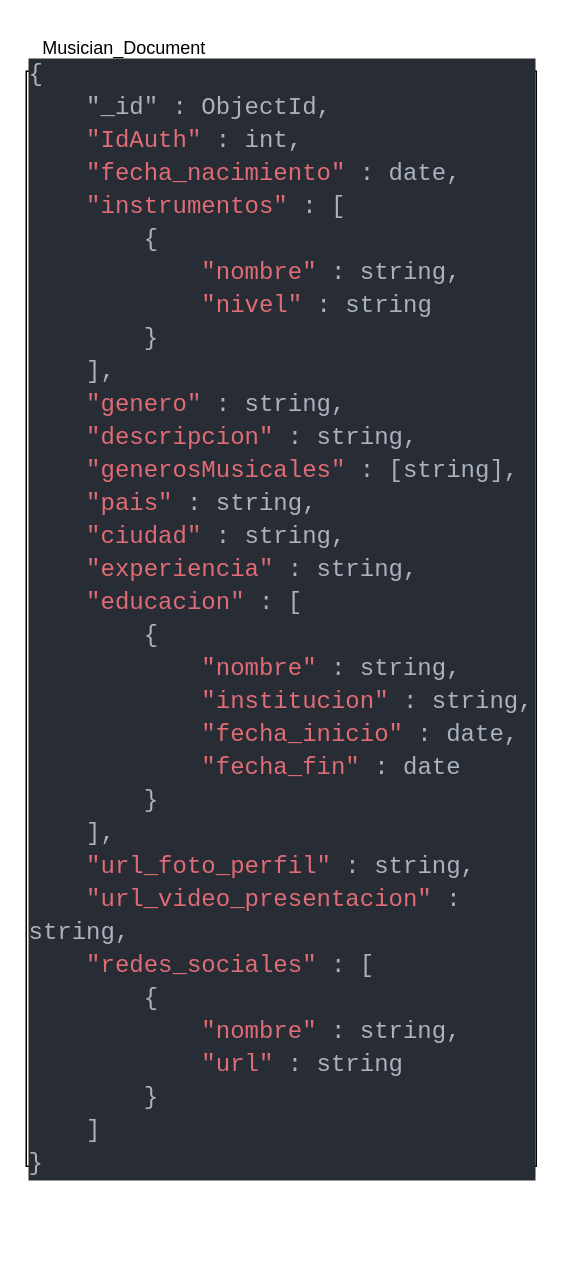
This is Base de datos/Musician/Musicians.drawio from moises-ph/Nodens-documentacion, a draw.io file, before an edit. Source tidied: cells renumbered, new cells numbered last; positions are measured from the earlier drawing's top-left corner, leaving out a move shared by most shapes. Both pictures are drawn from the tidied source at 150%, with x=0, y=0 at pixel (26, 26).
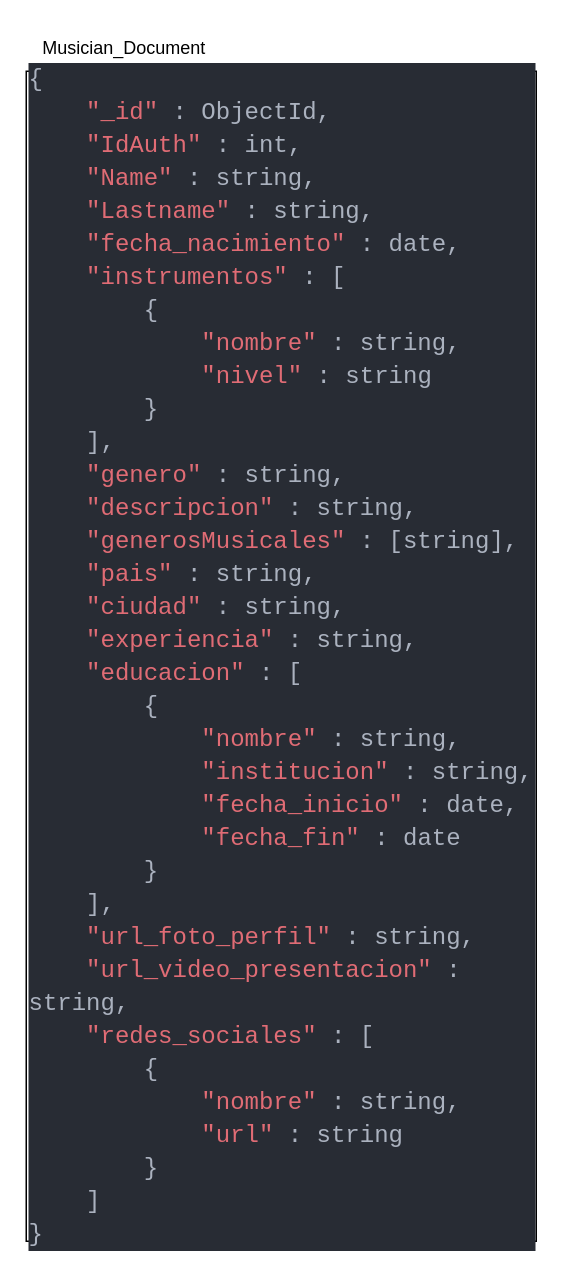
After the change.

Diff of the diagram source:
```diff
@@
 <mxGraphModel>
   <root>
     <mxCell id="0" />
     <mxCell id="1" parent="0" />
-    <mxCell id="2" value="&lt;div style=&quot;background-color: rgb(40, 44, 52); font-family: Consolas, &amp;quot;Courier New&amp;quot;, monospace; font-size: 16px; line-height: 22px;&quot;&gt;&lt;div style=&quot;color: rgb(171, 178, 191);&quot;&gt;{&lt;/div&gt;&lt;div style=&quot;color: rgb(171, 178, 191);&quot;&gt;&amp;nbsp; &amp;nbsp; &quot;_id&quot; : ObjectId,&lt;/div&gt;&lt;div style=&quot;color: rgb(171, 178, 191);&quot;&gt;&amp;nbsp; &amp;nbsp; &lt;span style=&quot;color: #e06c75;&quot;&gt;&quot;IdAuth&quot;&lt;/span&gt; : int,&lt;/div&gt;&lt;div style=&quot;color: rgb(171, 178, 191);&quot;&gt;&amp;nbsp; &amp;nbsp; &lt;span style=&quot;color: #e06c75;&quot;&gt;&quot;fecha_nacimiento&quot;&lt;/span&gt; : date,&lt;/div&gt;&lt;div style=&quot;color: rgb(171, 178, 191);&quot;&gt;&amp;nbsp; &amp;nbsp; &lt;span style=&quot;color: #e06c75;&quot;&gt;&quot;instrumentos&quot;&lt;/span&gt; : [&lt;/div&gt;&lt;div style=&quot;color: rgb(171, 178, 191);&quot;&gt;&amp;nbsp; &amp;nbsp; &amp;nbsp; &amp;nbsp; {&lt;/div&gt;&lt;div style=&quot;color: rgb(171, 178, 191);&quot;&gt;&amp;nbsp; &amp;nbsp; &amp;nbsp; &amp;nbsp; &amp;nbsp; &amp;nbsp; &lt;span style=&quot;color: #e06c75;&quot;&gt;&quot;nombre&quot;&lt;/span&gt; : string,&lt;/div&gt;&lt;div style=&quot;color: rgb(171, 178, 191);&quot;&gt;&amp;nbsp; &amp;nbsp; &amp;nbsp; &amp;nbsp; &amp;nbsp; &amp;nbsp; &lt;span style=&quot;color: #e06c75;&quot;&gt;&quot;nivel&quot;&lt;/span&gt; : string&lt;/div&gt;&lt;div style=&quot;color: rgb(171, 178, 191);&quot;&gt;&amp;nbsp; &amp;nbsp; &amp;nbsp; &amp;nbsp; }&lt;/div&gt;&lt;div style=&quot;color: rgb(171, 178, 191);&quot;&gt;&amp;nbsp; &amp;nbsp; ],&lt;/div&gt;&lt;div style=&quot;&quot;&gt;&lt;font color=&quot;#abb2bf&quot;&gt;&amp;nbsp; &amp;nbsp;&amp;nbsp;&lt;/font&gt;&lt;font color=&quot;#e06c75&quot;&gt;&quot;genero&quot;&lt;/font&gt;&lt;font color=&quot;#abb2bf&quot;&gt;&amp;nbsp;: string,&lt;/font&gt;&lt;br&gt;&lt;/div&gt;&lt;div style=&quot;&quot;&gt;&lt;font color=&quot;#abb2bf&quot;&gt;&amp;nbsp; &amp;nbsp;&amp;nbsp;&lt;/font&gt;&lt;font color=&quot;#e06c75&quot;&gt;&quot;descripcion&quot;&lt;/font&gt;&lt;font color=&quot;#abb2bf&quot;&gt;&amp;nbsp;: string,&lt;/font&gt;&lt;font color=&quot;#abb2bf&quot;&gt;&lt;br&gt;&lt;/font&gt;&lt;/div&gt;&lt;div style=&quot;color: rgb(171, 178, 191);&quot;&gt;&amp;nbsp; &amp;nbsp; &lt;span style=&quot;color: #e06c75;&quot;&gt;&quot;generosMusicales&quot;&lt;/span&gt; : [string],&lt;/div&gt;&lt;div style=&quot;color: rgb(171, 178, 191);&quot;&gt;&amp;nbsp; &amp;nbsp; &lt;span style=&quot;color: #e06c75;&quot;&gt;&quot;pais&quot;&lt;/span&gt; : string,&lt;/div&gt;&lt;div style=&quot;color: rgb(171, 178, 191);&quot;&gt;&amp;nbsp; &amp;nbsp; &lt;span style=&quot;color: #e06c75;&quot;&gt;&quot;ciudad&quot;&lt;/span&gt; : string,&lt;/div&gt;&lt;div style=&quot;color: rgb(171, 178, 191);&quot;&gt;&amp;nbsp; &amp;nbsp; &lt;span style=&quot;color: #e06c75;&quot;&gt;&quot;experiencia&quot;&lt;/span&gt; : string,&lt;/div&gt;&lt;div style=&quot;color: rgb(171, 178, 191);&quot;&gt;&amp;nbsp; &amp;nbsp; &lt;span style=&quot;color: #e06c75;&quot;&gt;&quot;educacion&quot;&lt;/span&gt; : [&lt;/div&gt;&lt;div style=&quot;color: rgb(171, 178, 191);&quot;&gt;&amp;nbsp; &amp;nbsp; &amp;nbsp; &amp;nbsp; {&lt;/div&gt;&lt;div style=&quot;color: rgb(171, 178, 191);&quot;&gt;&amp;nbsp; &amp;nbsp; &amp;nbsp; &amp;nbsp; &amp;nbsp; &amp;nbsp; &lt;span style=&quot;color: #e06c75;&quot;&gt;&quot;nombre&quot;&lt;/span&gt; : string,&lt;/div&gt;&lt;div style=&quot;color: rgb(171, 178, 191);&quot;&gt;&amp;nbsp; &amp;nbsp; &amp;nbsp; &amp;nbsp; &amp;nbsp; &amp;nbsp; &lt;span style=&quot;color: #e06c75;&quot;&gt;&quot;institucion&quot;&lt;/span&gt; : string,&lt;/div&gt;&lt;div style=&quot;color: rgb(171, 178, 191);&quot;&gt;&amp;nbsp; &amp;nbsp; &amp;nbsp; &amp;nbsp; &amp;nbsp; &amp;nbsp; &lt;span style=&quot;color: #e06c75;&quot;&gt;&quot;fecha_inicio&quot;&lt;/span&gt; : date,&lt;/div&gt;&lt;div style=&quot;color: rgb(171, 178, 191);&quot;&gt;&amp;nbsp; &amp;nbsp; &amp;nbsp; &amp;nbsp; &amp;nbsp; &amp;nbsp; &lt;span style=&quot;color: #e06c75;&quot;&gt;&quot;fecha_fin&quot;&lt;/span&gt; : date&lt;/div&gt;&lt;div style=&quot;color: rgb(171, 178, 191);&quot;&gt;&amp;nbsp; &amp;nbsp; &amp;nbsp; &amp;nbsp; }&lt;/div&gt;&lt;div style=&quot;color: rgb(171, 178, 191);&quot;&gt;&amp;nbsp; &amp;nbsp; ],&lt;/div&gt;&lt;div style=&quot;color: rgb(171, 178, 191);&quot;&gt;&amp;nbsp; &amp;nbsp; &lt;span style=&quot;color: #e06c75;&quot;&gt;&quot;url_foto_perfil&quot;&lt;/span&gt; : string,&lt;/div&gt;&lt;div style=&quot;color: rgb(171, 178, 191);&quot;&gt;&amp;nbsp; &amp;nbsp; &lt;span style=&quot;color: #e06c75;&quot;&gt;&quot;url_video_presentacion&quot;&lt;/span&gt; : string,&lt;/div&gt;&lt;div style=&quot;color: rgb(171, 178, 191);&quot;&gt;&amp;nbsp; &amp;nbsp; &lt;span style=&quot;color: #e06c75;&quot;&gt;&quot;redes_sociales&quot;&lt;/span&gt; : [&lt;/div&gt;&lt;div style=&quot;color: rgb(171, 178, 191);&quot;&gt;&amp;nbsp; &amp;nbsp; &amp;nbsp; &amp;nbsp; {&lt;/div&gt;&lt;div style=&quot;color: rgb(171, 178, 191);&quot;&gt;&amp;nbsp; &amp;nbsp; &amp;nbsp; &amp;nbsp; &amp;nbsp; &amp;nbsp; &lt;span style=&quot;color: #e06c75;&quot;&gt;&quot;nombre&quot;&lt;/span&gt; : string,&lt;/div&gt;&lt;div style=&quot;color: rgb(171, 178, 191);&quot;&gt;&amp;nbsp; &amp;nbsp; &amp;nbsp; &amp;nbsp; &amp;nbsp; &amp;nbsp; &lt;span style=&quot;color: #e06c75;&quot;&gt;&quot;url&quot;&lt;/span&gt; : string&lt;/div&gt;&lt;div style=&quot;color: rgb(171, 178, 191);&quot;&gt;&amp;nbsp; &amp;nbsp; &amp;nbsp; &amp;nbsp; }&lt;/div&gt;&lt;div style=&quot;color: rgb(171, 178, 191);&quot;&gt;&amp;nbsp; &amp;nbsp; ]&lt;/div&gt;&lt;div style=&quot;color: rgb(171, 178, 191);&quot;&gt;}&lt;/div&gt;&lt;/div&gt;" style="rounded=0;whiteSpace=wrap;html=1;align=left;" parent="1" vertex="1">
-      <mxGeometry y="30" width="340" height="730" as="geometry" />
+    <mxCell id="2" value="&lt;div style=&quot;background-color: rgb(40, 44, 52); font-family: Consolas, &amp;quot;Courier New&amp;quot;, monospace; font-size: 16px; line-height: 22px;&quot;&gt;&lt;div style=&quot;color: rgb(171, 178, 191);&quot;&gt;{&lt;/div&gt;&lt;div style=&quot;&quot;&gt;&lt;span style=&quot;color: rgb(171, 178, 191);&quot;&gt;&amp;nbsp; &amp;nbsp; &lt;/span&gt;&lt;font color=&quot;#e06c75&quot;&gt;&quot;_id&quot;&lt;/font&gt;&lt;font color=&quot;#abb2bf&quot;&gt; : ObjectId,&lt;/font&gt;&lt;/div&gt;&lt;div style=&quot;color: rgb(171, 178, 191);&quot;&gt;&amp;nbsp; &amp;nbsp; &lt;span style=&quot;color: #e06c75;&quot;&gt;&quot;IdAuth&quot;&lt;/span&gt; : int,&lt;/div&gt;&lt;div style=&quot;&quot;&gt;&lt;span style=&quot;color: rgb(171, 178, 191);&quot;&gt;&amp;nbsp; &amp;nbsp;&amp;nbsp;&lt;/span&gt;&lt;font color=&quot;#e06c75&quot;&gt;&quot;Name&quot;&lt;/font&gt;&lt;font color=&quot;#abb2bf&quot;&gt;&amp;nbsp;: string,&lt;/font&gt;&lt;br&gt;&lt;/div&gt;&lt;div style=&quot;&quot;&gt;&lt;span style=&quot;color: rgb(171, 178, 191);&quot;&gt;&amp;nbsp; &amp;nbsp;&amp;nbsp;&lt;/span&gt;&lt;font color=&quot;#e06c75&quot;&gt;&quot;Lastname&quot;&lt;/font&gt;&lt;font color=&quot;#abb2bf&quot;&gt;&amp;nbsp;: string,&lt;/font&gt;&lt;br&gt;&lt;/div&gt;&lt;div style=&quot;color: rgb(171, 178, 191);&quot;&gt;&amp;nbsp; &amp;nbsp; &lt;span style=&quot;color: #e06c75;&quot;&gt;&quot;fecha_nacimiento&quot;&lt;/span&gt; : date,&lt;/div&gt;&lt;div style=&quot;color: rgb(171, 178, 191);&quot;&gt;&amp;nbsp; &amp;nbsp; &lt;span style=&quot;color: #e06c75;&quot;&gt;&quot;instrumentos&quot;&lt;/span&gt; : [&lt;/div&gt;&lt;div style=&quot;color: rgb(171, 178, 191);&quot;&gt;&amp;nbsp; &amp;nbsp; &amp;nbsp; &amp;nbsp; {&lt;/div&gt;&lt;div style=&quot;color: rgb(171, 178, 191);&quot;&gt;&amp;nbsp; &amp;nbsp; &amp;nbsp; &amp;nbsp; &amp;nbsp; &amp;nbsp; &lt;span style=&quot;color: #e06c75;&quot;&gt;&quot;nombre&quot;&lt;/span&gt; : string,&lt;/div&gt;&lt;div style=&quot;color: rgb(171, 178, 191);&quot;&gt;&amp;nbsp; &amp;nbsp; &amp;nbsp; &amp;nbsp; &amp;nbsp; &amp;nbsp; &lt;span style=&quot;color: #e06c75;&quot;&gt;&quot;nivel&quot;&lt;/span&gt; : string&lt;/div&gt;&lt;div style=&quot;color: rgb(171, 178, 191);&quot;&gt;&amp;nbsp; &amp;nbsp; &amp;nbsp; &amp;nbsp; }&lt;/div&gt;&lt;div style=&quot;color: rgb(171, 178, 191);&quot;&gt;&amp;nbsp; &amp;nbsp; ],&lt;/div&gt;&lt;div style=&quot;&quot;&gt;&lt;font color=&quot;#abb2bf&quot;&gt;&amp;nbsp; &amp;nbsp;&amp;nbsp;&lt;/font&gt;&lt;font color=&quot;#e06c75&quot;&gt;&quot;genero&quot;&lt;/font&gt;&lt;font color=&quot;#abb2bf&quot;&gt;&amp;nbsp;: string,&lt;/font&gt;&lt;br&gt;&lt;/div&gt;&lt;div style=&quot;&quot;&gt;&lt;font color=&quot;#abb2bf&quot;&gt;&amp;nbsp; &amp;nbsp;&amp;nbsp;&lt;/font&gt;&lt;font color=&quot;#e06c75&quot;&gt;&quot;descripcion&quot;&lt;/font&gt;&lt;font color=&quot;#abb2bf&quot;&gt;&amp;nbsp;: string,&lt;/font&gt;&lt;font color=&quot;#abb2bf&quot;&gt;&lt;br&gt;&lt;/font&gt;&lt;/div&gt;&lt;div style=&quot;color: rgb(171, 178, 191);&quot;&gt;&amp;nbsp; &amp;nbsp; &lt;span style=&quot;color: #e06c75;&quot;&gt;&quot;generosMusicales&quot;&lt;/span&gt; : [string],&lt;/div&gt;&lt;div style=&quot;color: rgb(171, 178, 191);&quot;&gt;&amp;nbsp; &amp;nbsp; &lt;span style=&quot;color: #e06c75;&quot;&gt;&quot;pais&quot;&lt;/span&gt; : string,&lt;/div&gt;&lt;div style=&quot;color: rgb(171, 178, 191);&quot;&gt;&amp;nbsp; &amp;nbsp; &lt;span style=&quot;color: #e06c75;&quot;&gt;&quot;ciudad&quot;&lt;/span&gt; : string,&lt;/div&gt;&lt;div style=&quot;color: rgb(171, 178, 191);&quot;&gt;&amp;nbsp; &amp;nbsp; &lt;span style=&quot;color: #e06c75;&quot;&gt;&quot;experiencia&quot;&lt;/span&gt; : string,&lt;/div&gt;&lt;div style=&quot;color: rgb(171, 178, 191);&quot;&gt;&amp;nbsp; &amp;nbsp; &lt;span style=&quot;color: #e06c75;&quot;&gt;&quot;educacion&quot;&lt;/span&gt; : [&lt;/div&gt;&lt;div style=&quot;color: rgb(171, 178, 191);&quot;&gt;&amp;nbsp; &amp;nbsp; &amp;nbsp; &amp;nbsp; {&lt;/div&gt;&lt;div style=&quot;color: rgb(171, 178, 191);&quot;&gt;&amp;nbsp; &amp;nbsp; &amp;nbsp; &amp;nbsp; &amp;nbsp; &amp;nbsp; &lt;span style=&quot;color: #e06c75;&quot;&gt;&quot;nombre&quot;&lt;/span&gt; : string,&lt;/div&gt;&lt;div style=&quot;color: rgb(171, 178, 191);&quot;&gt;&amp;nbsp; &amp;nbsp; &amp;nbsp; &amp;nbsp; &amp;nbsp; &amp;nbsp; &lt;span style=&quot;color: #e06c75;&quot;&gt;&quot;institucion&quot;&lt;/span&gt; : string,&lt;/div&gt;&lt;div style=&quot;color: rgb(171, 178, 191);&quot;&gt;&amp;nbsp; &amp;nbsp; &amp;nbsp; &amp;nbsp; &amp;nbsp; &amp;nbsp; &lt;span style=&quot;color: #e06c75;&quot;&gt;&quot;fecha_inicio&quot;&lt;/span&gt; : date,&lt;/div&gt;&lt;div style=&quot;color: rgb(171, 178, 191);&quot;&gt;&amp;nbsp; &amp;nbsp; &amp;nbsp; &amp;nbsp; &amp;nbsp; &amp;nbsp; &lt;span style=&quot;color: #e06c75;&quot;&gt;&quot;fecha_fin&quot;&lt;/span&gt; : date&lt;/div&gt;&lt;div style=&quot;color: rgb(171, 178, 191);&quot;&gt;&amp;nbsp; &amp;nbsp; &amp;nbsp; &amp;nbsp; }&lt;/div&gt;&lt;div style=&quot;color: rgb(171, 178, 191);&quot;&gt;&amp;nbsp; &amp;nbsp; ],&lt;/div&gt;&lt;div style=&quot;color: rgb(171, 178, 191);&quot;&gt;&amp;nbsp; &amp;nbsp; &lt;span style=&quot;color: #e06c75;&quot;&gt;&quot;url_foto_perfil&quot;&lt;/span&gt; : string,&lt;/div&gt;&lt;div style=&quot;color: rgb(171, 178, 191);&quot;&gt;&amp;nbsp; &amp;nbsp; &lt;span style=&quot;color: #e06c75;&quot;&gt;&quot;url_video_presentacion&quot;&lt;/span&gt; : string,&lt;/div&gt;&lt;div style=&quot;color: rgb(171, 178, 191);&quot;&gt;&amp;nbsp; &amp;nbsp; &lt;span style=&quot;color: #e06c75;&quot;&gt;&quot;redes_sociales&quot;&lt;/span&gt; : [&lt;/div&gt;&lt;div style=&quot;color: rgb(171, 178, 191);&quot;&gt;&amp;nbsp; &amp;nbsp; &amp;nbsp; &amp;nbsp; {&lt;/div&gt;&lt;div style=&quot;color: rgb(171, 178, 191);&quot;&gt;&amp;nbsp; &amp;nbsp; &amp;nbsp; &amp;nbsp; &amp;nbsp; &amp;nbsp; &lt;span style=&quot;color: #e06c75;&quot;&gt;&quot;nombre&quot;&lt;/span&gt; : string,&lt;/div&gt;&lt;div style=&quot;color: rgb(171, 178, 191);&quot;&gt;&amp;nbsp; &amp;nbsp; &amp;nbsp; &amp;nbsp; &amp;nbsp; &amp;nbsp; &lt;span style=&quot;color: #e06c75;&quot;&gt;&quot;url&quot;&lt;/span&gt; : string&lt;/div&gt;&lt;div style=&quot;color: rgb(171, 178, 191);&quot;&gt;&amp;nbsp; &amp;nbsp; &amp;nbsp; &amp;nbsp; }&lt;/div&gt;&lt;div style=&quot;color: rgb(171, 178, 191);&quot;&gt;&amp;nbsp; &amp;nbsp; ]&lt;/div&gt;&lt;div style=&quot;color: rgb(171, 178, 191);&quot;&gt;}&lt;/div&gt;&lt;/div&gt;" style="rounded=0;whiteSpace=wrap;html=1;align=left;" parent="1" vertex="1">
+      <mxGeometry y="30" width="340" height="780" as="geometry" />
     </mxCell>
     <mxCell id="3" value="Musician_Document" style="text;html=1;align=center;verticalAlign=middle;strokeColor=none;fillColor=none;" parent="1" vertex="1">
       <mxGeometry width="130" height="30" as="geometry" />
     </mxCell>
   </root>
 </mxGraphModel>
```
